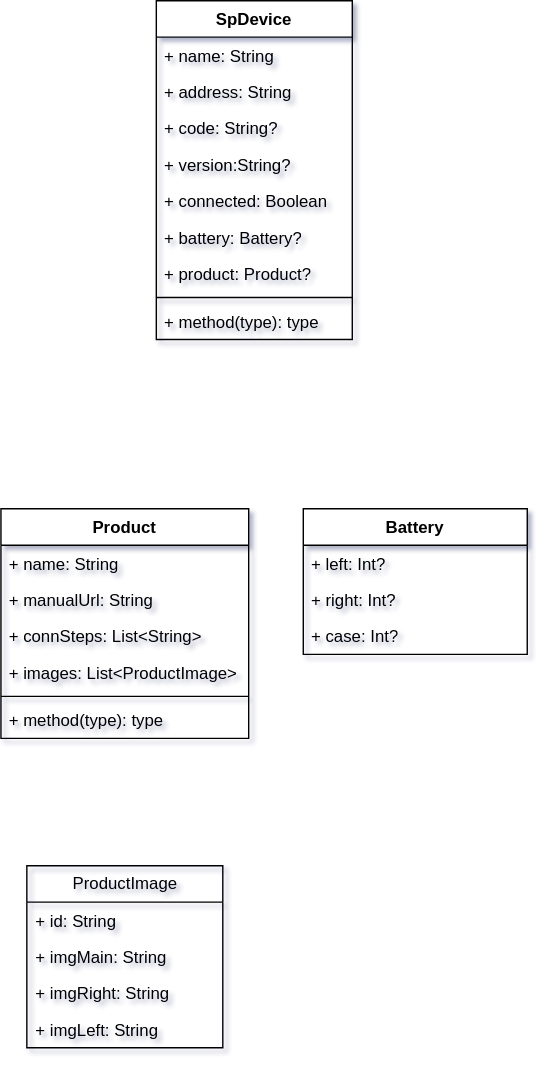
Before: 未命名绘图.drawio.svg, a diagram exported from draw.io (kekemao00/draw-libs). Source tidied: cells renumbered, new cells last; positions are measured from the earlier drawing's top-left corner, leaving out a move shared by most shapes.
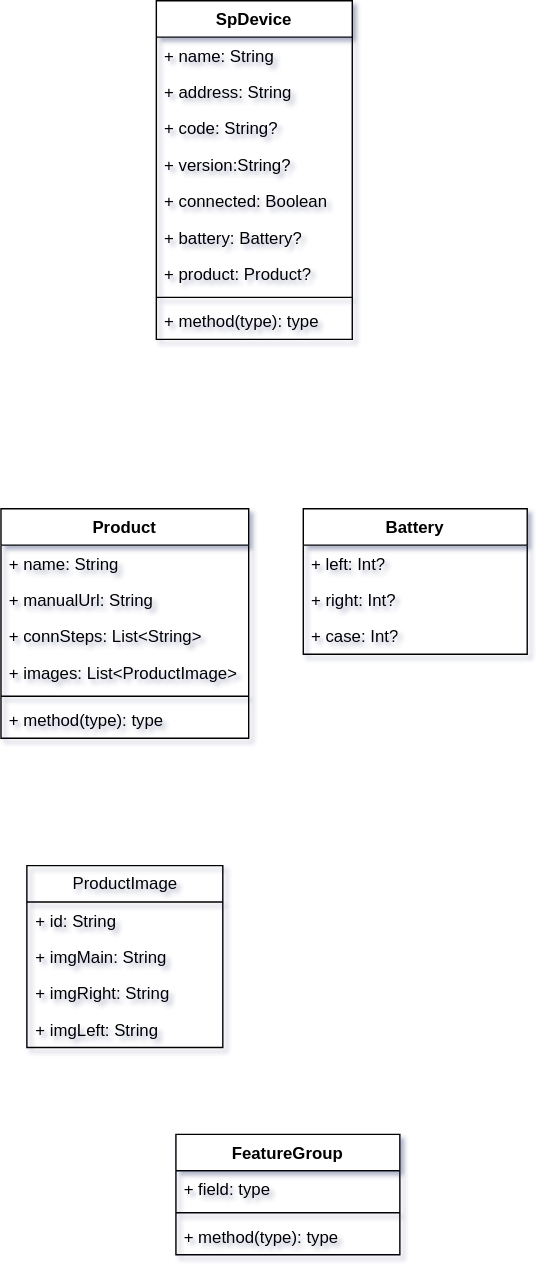
After the change.

Commit message:
更新未命名绘图.drawio.svg

Diff of the diagram source:
```diff
@@ -80,5 +80,17 @@
     <mxCell id="27" value="+ img&lt;span style=&quot;background-color: transparent; color: light-dark(rgb(0, 0, 0), rgb(255, 255, 255));&quot;&gt;Left: String&lt;/span&gt;" style="text;strokeColor=none;fillColor=none;align=left;verticalAlign=top;spacingLeft=4;spacingRight=4;overflow=hidden;whiteSpace=wrap;html=1;labelBackgroundColor=none;rounded=0;" parent="23" vertex="1">
       <mxGeometry y="104" width="140" height="26" as="geometry" />
     </mxCell>
+    <mxCell id="28" value="FeatureGroup" style="swimlane;fontStyle=1;align=center;verticalAlign=top;horizontal=1;startSize=26;whiteSpace=wrap;html=1;" parent="1" vertex="1">
+      <mxGeometry x="125" y="810" width="160" height="86" as="geometry" />
+    </mxCell>
+    <mxCell id="29" value="+ field: type" style="text;strokeColor=none;fillColor=none;align=left;verticalAlign=top;spacingLeft=4;spacingRight=4;overflow=hidden;whiteSpace=wrap;html=1;" parent="28" vertex="1">
+      <mxGeometry y="26" width="160" height="26" as="geometry" />
+    </mxCell>
+    <mxCell id="30" style="line;strokeWidth=1;fillColor=none;align=left;verticalAlign=middle;spacingTop=-1;spacingLeft=3;spacingRight=3;labelPosition=right;strokeColor=inherit;" parent="28" vertex="1">
+      <mxGeometry y="52" width="160" height="8" as="geometry" />
+    </mxCell>
+    <mxCell id="31" value="+ method(type): type" style="text;strokeColor=none;fillColor=none;align=left;verticalAlign=top;spacingLeft=4;spacingRight=4;overflow=hidden;whiteSpace=wrap;html=1;" parent="28" vertex="1">
+      <mxGeometry y="60" width="160" height="26" as="geometry" />
+    </mxCell>
   </root>
 </mxGraphModel>
```
